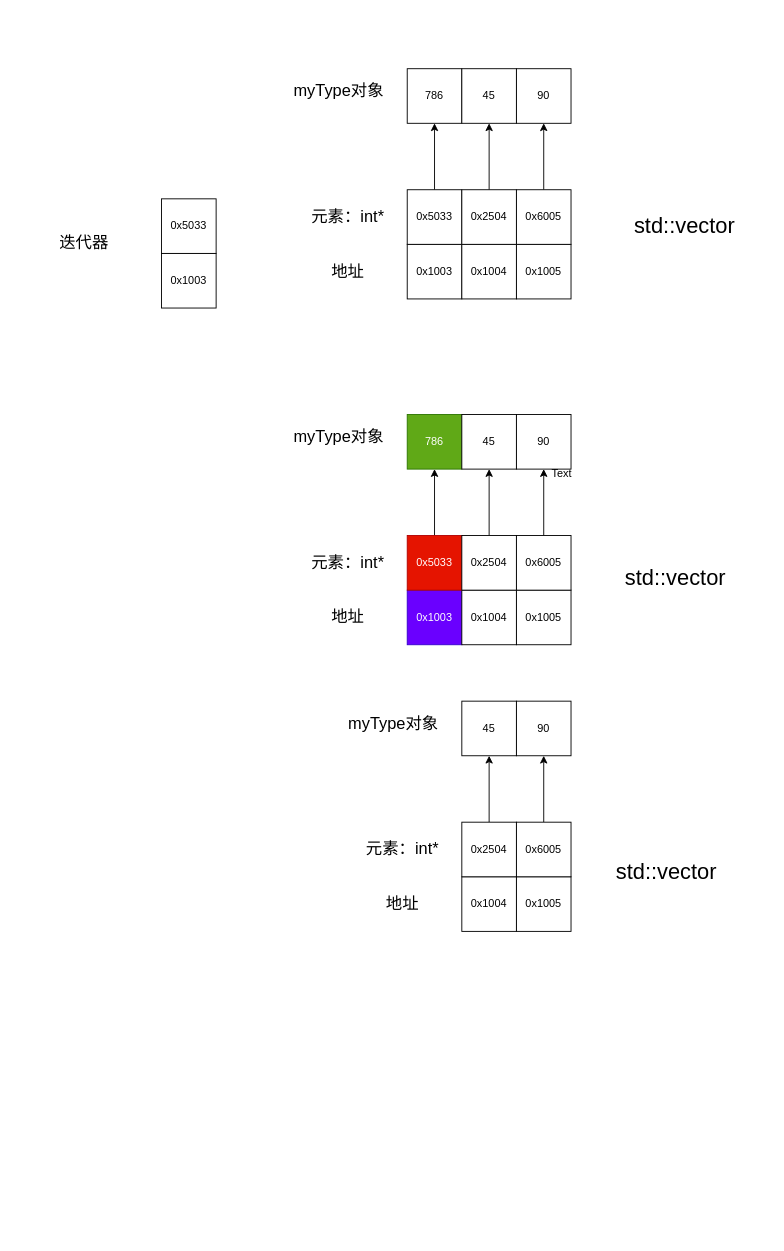
This is page "容器" (5 of 5) of C++.drawio from bocurry/bocurry, a draw.io file, before an edit. Source tidied: cells renumbered, new cells numbered last; positions are measured from the earlier drawing's top-left corner, leaving out a move shared by most shapes. Both pictures are drawn from the tidied source at 91%, with x=0, y=0 at pixel (52, 68).
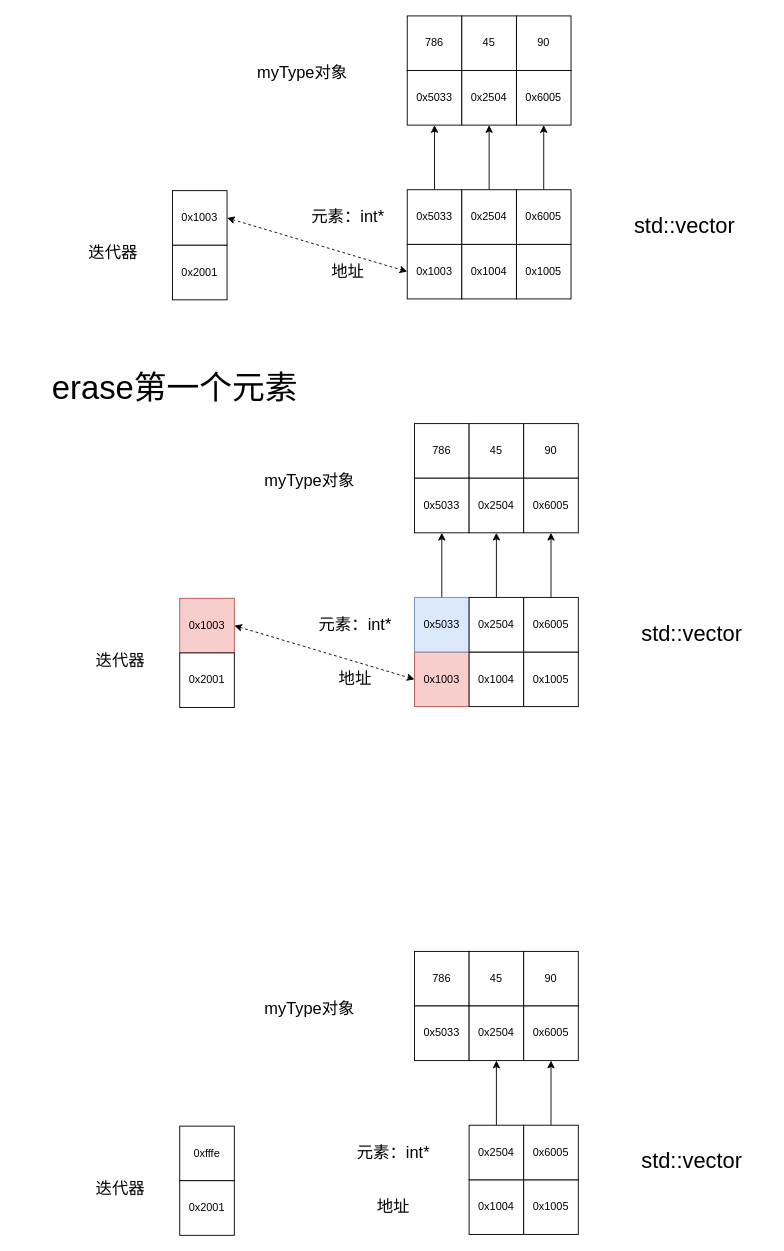
The same diagram, later.

The change refers to these unchanged cells:
```xml
<mxCell id="22" value="0x1003" style="rounded=0;whiteSpace=wrap;html=1;" parent="1" vertex="1">
  <mxGeometry x="390" y="193" width="60" height="60" as="geometry" />
</mxCell>
<mxCell id="26" value="0x5033" style="rounded=0;whiteSpace=wrap;html=1;" parent="1" vertex="1">
  <mxGeometry x="390" y="133" width="60" height="60" as="geometry" />
</mxCell>
<mxCell id="28" value="0x2504" style="rounded=0;whiteSpace=wrap;html=1;" parent="1" vertex="1">
  <mxGeometry x="450" y="133" width="60" height="60" as="geometry" />
</mxCell>
<mxCell id="30" value="0x6005" style="rounded=0;whiteSpace=wrap;html=1;" parent="1" vertex="1">
  <mxGeometry x="510" y="133" width="60" height="60" as="geometry" />
</mxCell>
```

Change to the diagram source:
```diff
@@
-    <mxCell id="2" value="0x1004" style="rounded=0;whiteSpace=wrap;html=1;" parent="1" vertex="1">
-      <mxGeometry x="450" y="888" width="60" height="60" as="geometry" />
-    </mxCell>
-    <mxCell id="3" value="0x1005" style="rounded=0;whiteSpace=wrap;html=1;" parent="1" vertex="1">
-      <mxGeometry x="510" y="888" width="60" height="60" as="geometry" />
-    </mxCell>
-    <mxCell id="4" style="edgeStyle=orthogonalEdgeStyle;rounded=0;jettySize=auto;html=1;entryX=0.5;entryY=1;entryDx=0;entryDy=0;" parent="1" edge="1" source="5" target="8">
-      <mxGeometry relative="1" as="geometry" />
-    </mxCell>
-    <mxCell id="5" value="0x2504" style="rounded=0;whiteSpace=wrap;html=1;" parent="1" vertex="1">
-      <mxGeometry x="450" y="828" width="60" height="60" as="geometry" />
-    </mxCell>
-    <mxCell id="6" style="edgeStyle=orthogonalEdgeStyle;rounded=0;jettySize=auto;html=1;entryX=0.5;entryY=1;entryDx=0;entryDy=0;" parent="1" edge="1" source="7" target="9">
-      <mxGeometry relative="1" as="geometry" />
-    </mxCell>
-    <mxCell id="7" value="0x6005" style="rounded=0;whiteSpace=wrap;html=1;" parent="1" vertex="1">
-      <mxGeometry x="510" y="828" width="60" height="60" as="geometry" />
-    </mxCell>
-    <mxCell id="8" value="45" style="rounded=0;whiteSpace=wrap;html=1;" parent="1" vertex="1">
-      <mxGeometry x="450" y="695" width="60" height="60" as="geometry" />
-    </mxCell>
-    <mxCell id="9" value="90" style="rounded=0;whiteSpace=wrap;html=1;" parent="1" vertex="1">
-      <mxGeometry x="510" y="695" width="60" height="60" as="geometry" />
-    </mxCell>
-    <mxCell id="10" value="0x1003" style="rounded=0;whiteSpace=wrap;html=1;fillColor=#6a00ff;fontColor=#ffffff;strokeColor=#3700CC;" parent="1" vertex="1">
-      <mxGeometry x="390" y="573" width="60" height="60" as="geometry" />
-    </mxCell>
-    <mxCell id="11" value="0x1004" style="rounded=0;whiteSpace=wrap;html=1;" parent="1" vertex="1">
-      <mxGeometry x="450" y="573" width="60" height="60" as="geometry" />
-    </mxCell>
-    <mxCell id="12" value="0x1005" style="rounded=0;whiteSpace=wrap;html=1;" parent="1" vertex="1">
-      <mxGeometry x="510" y="573" width="60" height="60" as="geometry" />
-    </mxCell>
-    <mxCell id="13" style="edgeStyle=orthogonalEdgeStyle;rounded=0;jettySize=auto;html=1;entryX=0.5;entryY=1;entryDx=0;entryDy=0;" parent="1" edge="1" source="14" target="19">
-      <mxGeometry relative="1" as="geometry" />
-    </mxCell>
-    <mxCell id="14" value="0x5033" style="rounded=0;whiteSpace=wrap;html=1;fillColor=#e51400;fontColor=#ffffff;strokeColor=#B20000;" parent="1" vertex="1">
-      <mxGeometry x="390" y="513" width="60" height="60" as="geometry" />
-    </mxCell>
-    <mxCell id="15" style="edgeStyle=orthogonalEdgeStyle;rounded=0;jettySize=auto;html=1;entryX=0.5;entryY=1;entryDx=0;entryDy=0;" parent="1" edge="1" source="16" target="20">
-      <mxGeometry relative="1" as="geometry" />
-    </mxCell>
-    <mxCell id="16" value="0x2504" style="rounded=0;whiteSpace=wrap;html=1;" parent="1" vertex="1">
-      <mxGeometry x="450" y="513" width="60" height="60" as="geometry" />
-    </mxCell>
-    <mxCell id="17" style="edgeStyle=orthogonalEdgeStyle;rounded=0;jettySize=auto;html=1;entryX=0.5;entryY=1;entryDx=0;entryDy=0;" parent="1" edge="1" source="18" target="21">
-      <mxGeometry relative="1" as="geometry" />
-    </mxCell>
-    <mxCell id="18" value="0x6005" style="rounded=0;whiteSpace=wrap;html=1;" parent="1" vertex="1">
-      <mxGeometry x="510" y="513" width="60" height="60" as="geometry" />
-    </mxCell>
-    <mxCell id="19" value="786" style="rounded=0;whiteSpace=wrap;html=1;fillColor=#60a917;fontColor=#ffffff;strokeColor=#2D7600;" parent="1" vertex="1">
-      <mxGeometry x="390" y="380" width="60" height="60" as="geometry" />
-    </mxCell>
-    <mxCell id="20" value="45" style="rounded=0;whiteSpace=wrap;html=1;" parent="1" vertex="1">
-      <mxGeometry x="450" y="380" width="60" height="60" as="geometry" />
-    </mxCell>
-    <mxCell id="21" value="90" style="rounded=0;whiteSpace=wrap;html=1;" parent="1" vertex="1">
-      <mxGeometry x="510" y="380" width="60" height="60" as="geometry" />
-    </mxCell>
@@
-    <mxCell id="25" style="edgeStyle=orthogonalEdgeStyle;rounded=0;jettySize=auto;html=1;entryX=0.5;entryY=1;entryDx=0;entryDy=0;" parent="1" edge="1" source="26" target="34">
-      <mxGeometry relative="1" as="geometry" />
-    </mxCell>
+    <mxCell id="50" style="edgeStyle=orthogonalEdgeStyle;rounded=0;jettySize=auto;html=1;exitX=0.5;exitY=0;exitDx=0;exitDy=0;entryX=0.5;entryY=1;entryDx=0;entryDy=0;" parent="1" edge="1" source="26" target="54">
+      <mxGeometry relative="1" as="geometry" />
+    </mxCell>
@@
-    <mxCell id="27" style="edgeStyle=orthogonalEdgeStyle;rounded=0;jettySize=auto;html=1;entryX=0.5;entryY=1;entryDx=0;entryDy=0;" parent="1" edge="1" source="28" target="35">
-      <mxGeometry relative="1" as="geometry" />
-    </mxCell>
+    <mxCell id="51" style="edgeStyle=orthogonalEdgeStyle;rounded=0;jettySize=auto;html=1;entryX=0.5;entryY=1;entryDx=0;entryDy=0;" parent="1" edge="1" source="28" target="55">
+      <mxGeometry relative="1" as="geometry" />
+    </mxCell>
@@
-    <mxCell id="29" style="edgeStyle=orthogonalEdgeStyle;rounded=0;jettySize=auto;html=1;entryX=0.5;entryY=1;entryDx=0;entryDy=0;" parent="1" edge="1" source="30" target="36">
-      <mxGeometry relative="1" as="geometry" />
-    </mxCell>
+    <mxCell id="52" style="edgeStyle=orthogonalEdgeStyle;rounded=0;jettySize=auto;html=1;entryX=0.5;entryY=1;entryDx=0;entryDy=0;" parent="1" edge="1" source="30" target="56">
+      <mxGeometry relative="1" as="geometry" />
+    </mxCell>
@@
     <mxCell id="34" value="786" style="rounded=0;whiteSpace=wrap;html=1;" parent="1" vertex="1">
-      <mxGeometry x="390" width="60" height="60" as="geometry" />
+      <mxGeometry x="390" y="-58" width="60" height="60" as="geometry" />
     </mxCell>
     <mxCell id="35" value="45" style="rounded=0;whiteSpace=wrap;html=1;" parent="1" vertex="1">
-      <mxGeometry x="450" width="60" height="60" as="geometry" />
+      <mxGeometry x="450" y="-58" width="60" height="60" as="geometry" />
     </mxCell>
     <mxCell id="36" value="90" style="rounded=0;whiteSpace=wrap;html=1;" parent="1" vertex="1">
-      <mxGeometry x="510" width="60" height="60" as="geometry" />
+      <mxGeometry x="510" y="-58" width="60" height="60" as="geometry" />
     </mxCell>
-    <mxCell id="37" value="Text" style="text;html=1;strokeColor=none;fillColor=none;align=center;verticalAlign=middle;whiteSpace=wrap;rounded=0;" parent="1" vertex="1">
-      <mxGeometry x="530" y="430" width="60" height="30" as="geometry" />
-    </mxCell>
     <mxCell id="38" value="&lt;font style=&quot;font-size: 18px;&quot;&gt;myType对象&lt;/font&gt;" style="text;html=1;strokeColor=none;fillColor=none;align=center;verticalAlign=middle;whiteSpace=wrap;rounded=0;" parent="1" vertex="1">
-      <mxGeometry x="250" y="10" width="130" height="30" as="geometry" />
+      <mxGeometry x="210" y="-10" width="130" height="30" as="geometry" />
     </mxCell>
-    <mxCell id="39" value="&lt;font style=&quot;font-size: 18px;&quot;&gt;地址&lt;/font&gt;" style="text;html=1;strokeColor=none;fillColor=none;align=center;verticalAlign=middle;whiteSpace=wrap;rounded=0;" parent="1" vertex="1">
-      <mxGeometry x="295" y="588" width="60" height="30" as="geometry" />
-    </mxCell>
-    <mxCell id="40" value="&lt;font style=&quot;font-size: 18px;&quot;&gt;元素：int*&lt;/font&gt;" style="text;html=1;strokeColor=none;fillColor=none;align=center;verticalAlign=middle;whiteSpace=wrap;rounded=0;" parent="1" vertex="1">
-      <mxGeometry x="270" y="528" width="110" height="30" as="geometry" />
-    </mxCell>
-    <mxCell id="41" value="&lt;font style=&quot;font-size: 18px;&quot;&gt;myType对象&lt;/font&gt;" style="text;html=1;strokeColor=none;fillColor=none;align=center;verticalAlign=middle;whiteSpace=wrap;rounded=0;" parent="1" vertex="1">
-      <mxGeometry x="250" y="390" width="130" height="30" as="geometry" />
-    </mxCell>
-    <mxCell id="42" value="&lt;font style=&quot;font-size: 18px;&quot;&gt;地址&lt;/font&gt;" style="text;html=1;strokeColor=none;fillColor=none;align=center;verticalAlign=middle;whiteSpace=wrap;rounded=0;" parent="1" vertex="1">
-      <mxGeometry x="355" y="903" width="60" height="30" as="geometry" />
-    </mxCell>
-    <mxCell id="43" value="&lt;font style=&quot;font-size: 18px;&quot;&gt;元素：int*&lt;/font&gt;" style="text;html=1;strokeColor=none;fillColor=none;align=center;verticalAlign=middle;whiteSpace=wrap;rounded=0;" parent="1" vertex="1">
-      <mxGeometry x="330" y="843" width="110" height="30" as="geometry" />
-    </mxCell>
-    <mxCell id="44" value="&lt;font style=&quot;font-size: 18px;&quot;&gt;myType对象&lt;/font&gt;" style="text;html=1;strokeColor=none;fillColor=none;align=center;verticalAlign=middle;whiteSpace=wrap;rounded=0;" parent="1" vertex="1">
-      <mxGeometry x="310" y="705" width="130" height="30" as="geometry" />
-    </mxCell>
-    <mxCell id="45" value="0x5033" style="rounded=0;whiteSpace=wrap;html=1;" parent="1" vertex="1">
-      <mxGeometry x="120" y="143" width="60" height="60" as="geometry" />
+    <mxCell id="45" value="0x1003" style="rounded=0;whiteSpace=wrap;html=1;" parent="1" vertex="1">
+      <mxGeometry x="132" y="134" width="60" height="60" as="geometry" />
     </mxCell>
-    <mxCell id="46" value="0x1003" style="rounded=0;whiteSpace=wrap;html=1;" parent="1" vertex="1">
-      <mxGeometry x="120" y="203" width="60" height="60" as="geometry" />
+    <mxCell id="46" value="0x2001" style="rounded=0;whiteSpace=wrap;html=1;" parent="1" vertex="1">
+      <mxGeometry x="132" y="194" width="60" height="60" as="geometry" />
     </mxCell>
     <mxCell id="47" value="&lt;font style=&quot;font-size: 18px;&quot;&gt;迭代器&lt;/font&gt;" style="text;html=1;strokeColor=none;fillColor=none;align=center;verticalAlign=middle;whiteSpace=wrap;rounded=0;" parent="1" vertex="1">
-      <mxGeometry y="173" width="70" height="37" as="geometry" />
+      <mxGeometry x="32" y="184" width="70" height="37" as="geometry" />
     </mxCell>
-    <mxCell id="48" value="&lt;font style=&quot;&quot;&gt;&lt;font style=&quot;font-size: 24px;&quot;&gt;std::vector&lt;/font&gt;&lt;br&gt;&lt;/font&gt;" style="text;html=1;strokeColor=none;fillColor=none;align=center;verticalAlign=middle;whiteSpace=wrap;rounded=0;" parent="1" vertex="1">
-      <mxGeometry x="600" y="540" width="170" height="40" as="geometry" />
-    </mxCell>
-    <mxCell id="49" value="&lt;font style=&quot;&quot;&gt;&lt;font style=&quot;font-size: 24px;&quot;&gt;std::vector&lt;/font&gt;&lt;br&gt;&lt;/font&gt;" style="text;html=1;strokeColor=none;fillColor=none;align=center;verticalAlign=middle;whiteSpace=wrap;rounded=0;" parent="1" vertex="1">
-      <mxGeometry x="590" y="863" width="170" height="40" as="geometry" />
-    </mxCell>
+    <mxCell id="53" style="endArrow=classic;startArrow=classic;html=1;rounded=0;entryX=0;entryY=0.5;entryDx=0;entryDy=0;exitX=1;exitY=0.5;exitDx=0;exitDy=0;dashed=1;" parent="1" edge="1" source="45" target="22">
+      <mxGeometry relative="1" as="geometry" />
+    </mxCell>
+    <mxCell id="54" value="0x5033" style="rounded=0;whiteSpace=wrap;html=1;" parent="1" vertex="1">
+      <mxGeometry x="390" y="2" width="60" height="60" as="geometry" />
+    </mxCell>
+    <mxCell id="55" value="0x2504" style="rounded=0;whiteSpace=wrap;html=1;" parent="1" vertex="1">
+      <mxGeometry x="450" y="2" width="60" height="60" as="geometry" />
+    </mxCell>
+    <mxCell id="56" value="0x6005" style="rounded=0;whiteSpace=wrap;html=1;" parent="1" vertex="1">
+      <mxGeometry x="510" y="2" width="60" height="60" as="geometry" />
+    </mxCell>
+    <mxCell id="57" value="0x1003" style="rounded=0;whiteSpace=wrap;html=1;fillColor=#f8cecc;strokeColor=#b85450;" parent="1" vertex="1">
+      <mxGeometry x="398" y="641" width="60" height="60" as="geometry" />
+    </mxCell>
+    <mxCell id="58" value="0x1004" style="rounded=0;whiteSpace=wrap;html=1;" parent="1" vertex="1">
+      <mxGeometry x="458" y="641" width="60" height="60" as="geometry" />
+    </mxCell>
+    <mxCell id="59" value="0x1005" style="rounded=0;whiteSpace=wrap;html=1;" parent="1" vertex="1">
+      <mxGeometry x="518" y="641" width="60" height="60" as="geometry" />
+    </mxCell>
+    <mxCell id="60" style="edgeStyle=orthogonalEdgeStyle;rounded=0;jettySize=auto;html=1;exitX=0.5;exitY=0;exitDx=0;exitDy=0;entryX=0.5;entryY=1;entryDx=0;entryDy=0;" parent="1" edge="1" source="61" target="77">
+      <mxGeometry relative="1" as="geometry" />
+    </mxCell>
+    <mxCell id="61" value="0x5033" style="rounded=0;whiteSpace=wrap;html=1;fillColor=#dae8fc;strokeColor=#6c8ebf;" parent="1" vertex="1">
+      <mxGeometry x="398" y="581" width="60" height="60" as="geometry" />
+    </mxCell>
+    <mxCell id="62" style="edgeStyle=orthogonalEdgeStyle;rounded=0;jettySize=auto;html=1;entryX=0.5;entryY=1;entryDx=0;entryDy=0;" parent="1" edge="1" source="63" target="78">
+      <mxGeometry relative="1" as="geometry" />
+    </mxCell>
+    <mxCell id="63" value="0x2504" style="rounded=0;whiteSpace=wrap;html=1;" parent="1" vertex="1">
+      <mxGeometry x="458" y="581" width="60" height="60" as="geometry" />
+    </mxCell>
+    <mxCell id="64" style="edgeStyle=orthogonalEdgeStyle;rounded=0;jettySize=auto;html=1;entryX=0.5;entryY=1;entryDx=0;entryDy=0;" parent="1" edge="1" source="65" target="79">
+      <mxGeometry relative="1" as="geometry" />
+    </mxCell>
+    <mxCell id="65" value="0x6005" style="rounded=0;whiteSpace=wrap;html=1;" parent="1" vertex="1">
+      <mxGeometry x="518" y="581" width="60" height="60" as="geometry" />
+    </mxCell>
+    <mxCell id="66" value="&lt;font style=&quot;font-size: 18px;&quot;&gt;地址&lt;/font&gt;" style="text;html=1;strokeColor=none;fillColor=none;align=center;verticalAlign=middle;whiteSpace=wrap;rounded=0;" parent="1" vertex="1">
+      <mxGeometry x="303" y="656" width="60" height="30" as="geometry" />
+    </mxCell>
+    <mxCell id="67" value="&lt;font style=&quot;&quot;&gt;&lt;font style=&quot;font-size: 24px;&quot;&gt;std::vector&lt;/font&gt;&lt;br&gt;&lt;/font&gt;" style="text;html=1;strokeColor=none;fillColor=none;align=center;verticalAlign=middle;whiteSpace=wrap;rounded=0;" parent="1" vertex="1">
+      <mxGeometry x="618" y="601" width="170" height="40" as="geometry" />
+    </mxCell>
+    <mxCell id="68" value="&lt;font style=&quot;font-size: 18px;&quot;&gt;元素：int*&lt;/font&gt;" style="text;html=1;strokeColor=none;fillColor=none;align=center;verticalAlign=middle;whiteSpace=wrap;rounded=0;" parent="1" vertex="1">
+      <mxGeometry x="278" y="596" width="110" height="30" as="geometry" />
+    </mxCell>
+    <mxCell id="69" value="786" style="rounded=0;whiteSpace=wrap;html=1;" parent="1" vertex="1">
+      <mxGeometry x="398" y="390" width="60" height="60" as="geometry" />
+    </mxCell>
+    <mxCell id="70" value="45" style="rounded=0;whiteSpace=wrap;html=1;" parent="1" vertex="1">
+      <mxGeometry x="458" y="390" width="60" height="60" as="geometry" />
+    </mxCell>
+    <mxCell id="71" value="90" style="rounded=0;whiteSpace=wrap;html=1;" parent="1" vertex="1">
+      <mxGeometry x="518" y="390" width="60" height="60" as="geometry" />
+    </mxCell>
+    <mxCell id="72" value="&lt;font style=&quot;font-size: 18px;&quot;&gt;myType对象&lt;/font&gt;" style="text;html=1;strokeColor=none;fillColor=none;align=center;verticalAlign=middle;whiteSpace=wrap;rounded=0;" parent="1" vertex="1">
+      <mxGeometry x="218" y="438" width="130" height="30" as="geometry" />
+    </mxCell>
+    <mxCell id="73" value="0x1003" style="rounded=0;whiteSpace=wrap;html=1;fillColor=#f8cecc;strokeColor=#b85450;" parent="1" vertex="1">
+      <mxGeometry x="140" y="582" width="60" height="60" as="geometry" />
+    </mxCell>
+    <mxCell id="74" value="0x2001" style="rounded=0;whiteSpace=wrap;html=1;" parent="1" vertex="1">
+      <mxGeometry x="140" y="642" width="60" height="60" as="geometry" />
+    </mxCell>
+    <mxCell id="75" value="&lt;font style=&quot;font-size: 18px;&quot;&gt;迭代器&lt;/font&gt;" style="text;html=1;strokeColor=none;fillColor=none;align=center;verticalAlign=middle;whiteSpace=wrap;rounded=0;" parent="1" vertex="1">
+      <mxGeometry x="40" y="632" width="70" height="37" as="geometry" />
+    </mxCell>
+    <mxCell id="76" style="endArrow=classic;startArrow=classic;html=1;rounded=0;entryX=0;entryY=0.5;entryDx=0;entryDy=0;exitX=1;exitY=0.5;exitDx=0;exitDy=0;dashed=1;" parent="1" edge="1" source="73" target="57">
+      <mxGeometry relative="1" as="geometry" />
+    </mxCell>
+    <mxCell id="77" value="0x5033" style="rounded=0;whiteSpace=wrap;html=1;" parent="1" vertex="1">
+      <mxGeometry x="398" y="450" width="60" height="60" as="geometry" />
+    </mxCell>
+    <mxCell id="78" value="0x2504" style="rounded=0;whiteSpace=wrap;html=1;" parent="1" vertex="1">
+      <mxGeometry x="458" y="450" width="60" height="60" as="geometry" />
+    </mxCell>
+    <mxCell id="79" value="0x6005" style="rounded=0;whiteSpace=wrap;html=1;" parent="1" vertex="1">
+      <mxGeometry x="518" y="450" width="60" height="60" as="geometry" />
+    </mxCell>
+    <mxCell id="80" value="0x1004" style="rounded=0;whiteSpace=wrap;html=1;" parent="1" vertex="1">
+      <mxGeometry x="458" y="1221" width="60" height="60" as="geometry" />
+    </mxCell>
+    <mxCell id="81" value="0x1005" style="rounded=0;whiteSpace=wrap;html=1;" parent="1" vertex="1">
+      <mxGeometry x="518" y="1221" width="60" height="60" as="geometry" />
+    </mxCell>
+    <mxCell id="82" style="edgeStyle=orthogonalEdgeStyle;rounded=0;jettySize=auto;html=1;entryX=0.5;entryY=1;entryDx=0;entryDy=0;" parent="1" edge="1" source="83" target="97">
+      <mxGeometry relative="1" as="geometry" />
+    </mxCell>
+    <mxCell id="83" value="0x2504" style="rounded=0;whiteSpace=wrap;html=1;" parent="1" vertex="1">
+      <mxGeometry x="458" y="1161" width="60" height="60" as="geometry" />
+    </mxCell>
+    <mxCell id="84" style="edgeStyle=orthogonalEdgeStyle;rounded=0;jettySize=auto;html=1;entryX=0.5;entryY=1;entryDx=0;entryDy=0;" parent="1" edge="1" source="85" target="98">
+      <mxGeometry relative="1" as="geometry" />
+    </mxCell>
+    <mxCell id="85" value="0x6005" style="rounded=0;whiteSpace=wrap;html=1;" parent="1" vertex="1">
+      <mxGeometry x="518" y="1161" width="60" height="60" as="geometry" />
+    </mxCell>
+    <mxCell id="86" value="&lt;font style=&quot;font-size: 18px;&quot;&gt;地址&lt;/font&gt;" style="text;html=1;strokeColor=none;fillColor=none;align=center;verticalAlign=middle;whiteSpace=wrap;rounded=0;" parent="1" vertex="1">
+      <mxGeometry x="345" y="1236" width="60" height="30" as="geometry" />
+    </mxCell>
+    <mxCell id="87" value="&lt;font style=&quot;&quot;&gt;&lt;font style=&quot;font-size: 24px;&quot;&gt;std::vector&lt;/font&gt;&lt;br&gt;&lt;/font&gt;" style="text;html=1;strokeColor=none;fillColor=none;align=center;verticalAlign=middle;whiteSpace=wrap;rounded=0;" parent="1" vertex="1">
+      <mxGeometry x="618" y="1181" width="170" height="40" as="geometry" />
+    </mxCell>
+    <mxCell id="88" value="&lt;font style=&quot;font-size: 18px;&quot;&gt;元素：int*&lt;/font&gt;" style="text;html=1;strokeColor=none;fillColor=none;align=center;verticalAlign=middle;whiteSpace=wrap;rounded=0;" parent="1" vertex="1">
+      <mxGeometry x="320" y="1176" width="110" height="30" as="geometry" />
+    </mxCell>
+    <mxCell id="89" value="786" style="rounded=0;whiteSpace=wrap;html=1;" parent="1" vertex="1">
+      <mxGeometry x="398" y="970" width="60" height="60" as="geometry" />
+    </mxCell>
+    <mxCell id="90" value="45" style="rounded=0;whiteSpace=wrap;html=1;" parent="1" vertex="1">
+      <mxGeometry x="458" y="970" width="60" height="60" as="geometry" />
+    </mxCell>
+    <mxCell id="91" value="90" style="rounded=0;whiteSpace=wrap;html=1;" parent="1" vertex="1">
+      <mxGeometry x="518" y="970" width="60" height="60" as="geometry" />
+    </mxCell>
+    <mxCell id="92" value="&lt;font style=&quot;font-size: 18px;&quot;&gt;myType对象&lt;/font&gt;" style="text;html=1;strokeColor=none;fillColor=none;align=center;verticalAlign=middle;whiteSpace=wrap;rounded=0;" parent="1" vertex="1">
+      <mxGeometry x="218" y="1018" width="130" height="30" as="geometry" />
+    </mxCell>
+    <mxCell id="93" value="0xfffe" style="rounded=0;whiteSpace=wrap;html=1;" parent="1" vertex="1">
+      <mxGeometry x="140" y="1162" width="60" height="60" as="geometry" />
+    </mxCell>
+    <mxCell id="94" value="0x2001" style="rounded=0;whiteSpace=wrap;html=1;" parent="1" vertex="1">
+      <mxGeometry x="140" y="1222" width="60" height="60" as="geometry" />
+    </mxCell>
+    <mxCell id="95" value="&lt;font style=&quot;font-size: 18px;&quot;&gt;迭代器&lt;/font&gt;" style="text;html=1;strokeColor=none;fillColor=none;align=center;verticalAlign=middle;whiteSpace=wrap;rounded=0;" parent="1" vertex="1">
+      <mxGeometry x="40" y="1212" width="70" height="37" as="geometry" />
+    </mxCell>
+    <mxCell id="96" value="0x5033" style="rounded=0;whiteSpace=wrap;html=1;" parent="1" vertex="1">
+      <mxGeometry x="398" y="1030" width="60" height="60" as="geometry" />
+    </mxCell>
+    <mxCell id="97" value="0x2504" style="rounded=0;whiteSpace=wrap;html=1;" parent="1" vertex="1">
+      <mxGeometry x="458" y="1030" width="60" height="60" as="geometry" />
+    </mxCell>
+    <mxCell id="98" value="0x6005" style="rounded=0;whiteSpace=wrap;html=1;" parent="1" vertex="1">
+      <mxGeometry x="518" y="1030" width="60" height="60" as="geometry" />
+    </mxCell>
+    <mxCell id="99" value="&lt;font style=&quot;font-size: 36px;&quot;&gt;erase第一个元素&lt;/font&gt;" style="text;html=1;strokeColor=none;fillColor=none;align=center;verticalAlign=middle;whiteSpace=wrap;rounded=0;" parent="1" vertex="1">
+      <mxGeometry x="-40" y="320" width="350" height="60" as="geometry" />
+    </mxCell>
```
